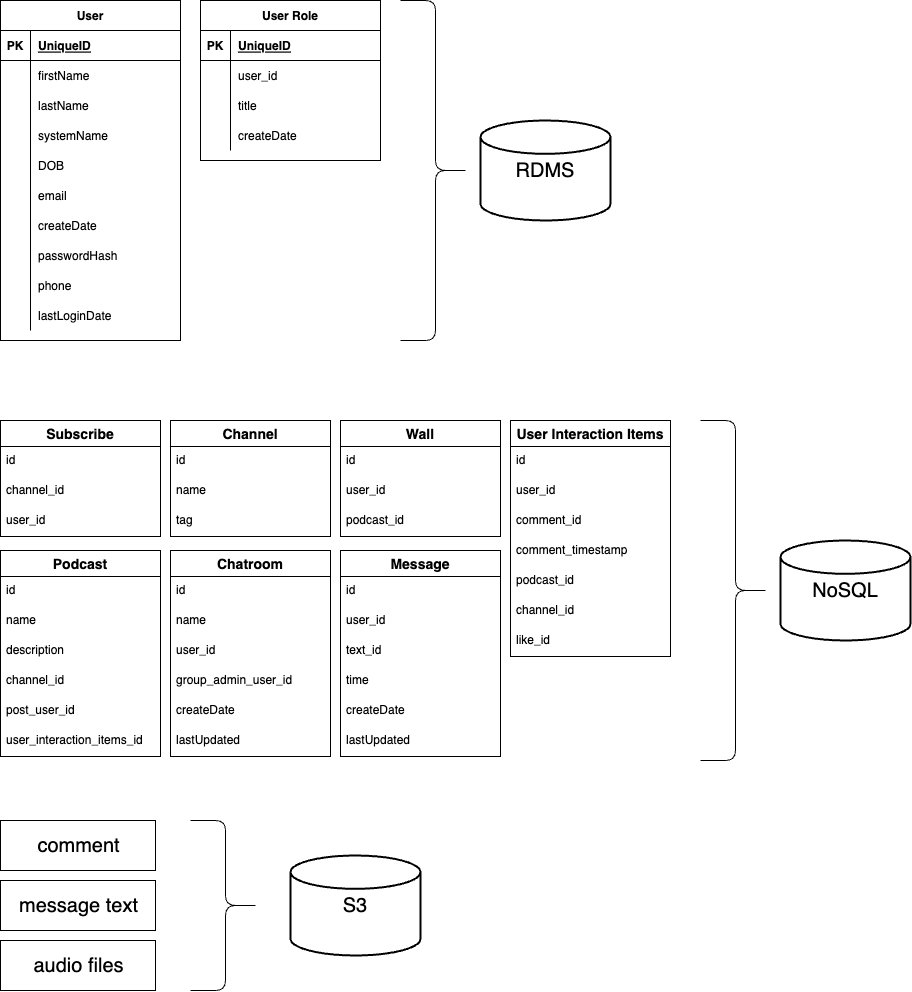
This is images/databaseDesign.png from yuching1128/mousai-podcast, a draw.io export, as it was before one commit. Source tidied: cells renumbered, new cells last; positions are measured from the earlier drawing's top-left corner, leaving out a move shared by most shapes.
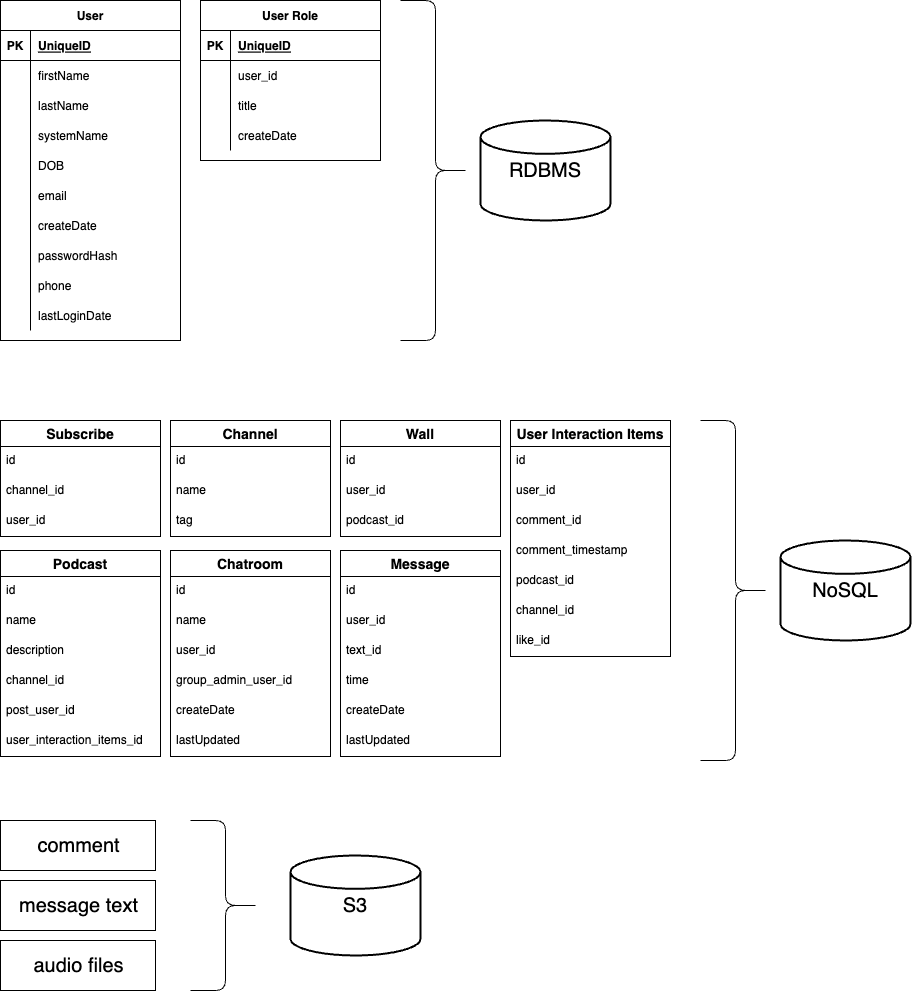
The same file after the commit.

Commit message:
SPELL CHECK

Diff of the diagram source:
```diff
@@ -137,7 +137,7 @@
     <mxCell id="46" style="shape=curlyBracket;whiteSpace=wrap;html=1;rounded=1;flipH=1;shadow=0;sketch=0;fillStyle=auto;strokeWidth=1;" parent="1" vertex="1">
       <mxGeometry x="400" width="70" height="340" as="geometry" />
     </mxCell>
-    <mxCell id="47" value="&lt;font style=&quot;font-size: 20px;&quot;&gt;RDMS&lt;/font&gt;" style="strokeWidth=2;html=1;shape=mxgraph.flowchart.database;whiteSpace=wrap;shadow=0;sketch=0;fillStyle=auto;" parent="1" vertex="1">
+    <mxCell id="47" value="&lt;font style=&quot;font-size: 20px;&quot;&gt;RDBMS&lt;/font&gt;" style="strokeWidth=2;html=1;shape=mxgraph.flowchart.database;whiteSpace=wrap;shadow=0;sketch=0;fillStyle=auto;" parent="1" vertex="1">
       <mxGeometry x="480" y="120" width="130" height="100" as="geometry" />
     </mxCell>
     <mxCell id="48" value="Subscribe" style="swimlane;fontStyle=1;horizontal=1;startSize=26;align=center;fontSize=14;shadow=0;sketch=0;fillStyle=auto;strokeWidth=1;" parent="1" vertex="1">
```
